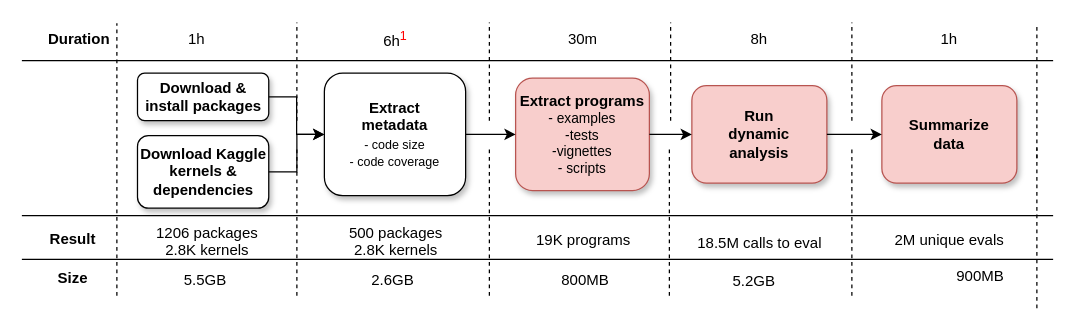
Above: inst/paper/img/pipeline.drawio in aviralg/revalstudy (draw.io), before the change. Source tidied: cells renumbered, new cells numbered last; positions are measured from the earlier drawing's top-left corner, leaving out a move shared by most shapes. Both pictures are drawn from the tidied source at 125%, with x=0, y=0 at pixel (21, 22).
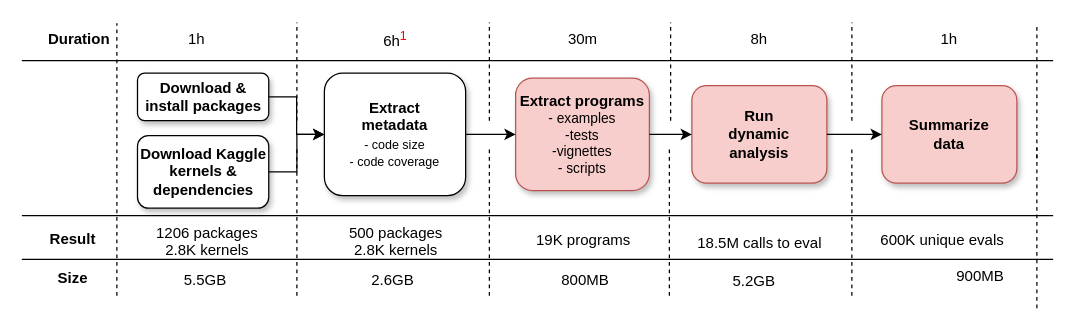
Above is the later version.

What changed in the source:
```diff
@@
-    <mxCell id="31" value="2M unique evals" style="text;html=1;align=right;" parent="1" vertex="1">
+    <mxCell id="31" value="600K unique evals" style="text;html=1;align=right;" parent="1" vertex="1">
       <mxGeometry x="677" y="160" width="110" height="24" as="geometry" />
     </mxCell>
```
